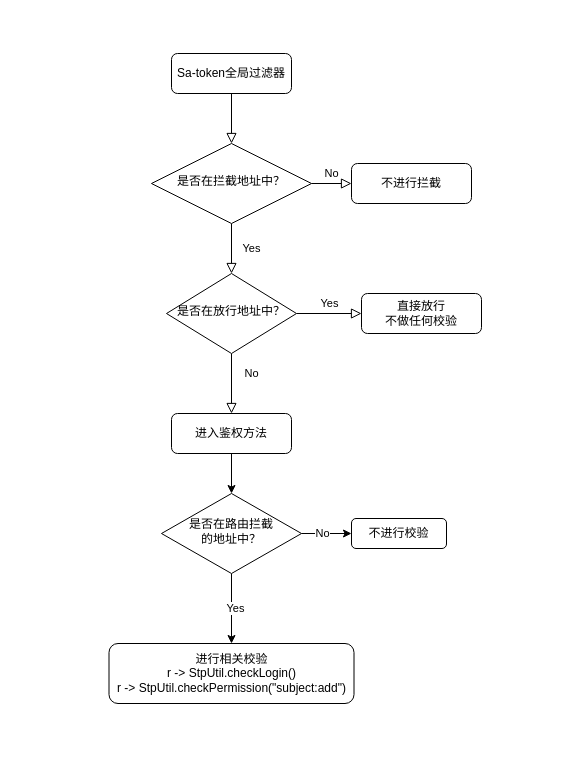
The draw.io diagram 项目流程图.drawio in 02maple/drawio, before the edit. Source tidied: cells renumbered, new cells numbered last; positions are measured from the earlier drawing's top-left corner, leaving out a move shared by most shapes. Both pictures are drawn from the tidied source at 100%, with x=0, y=0 at pixel (109, 53).
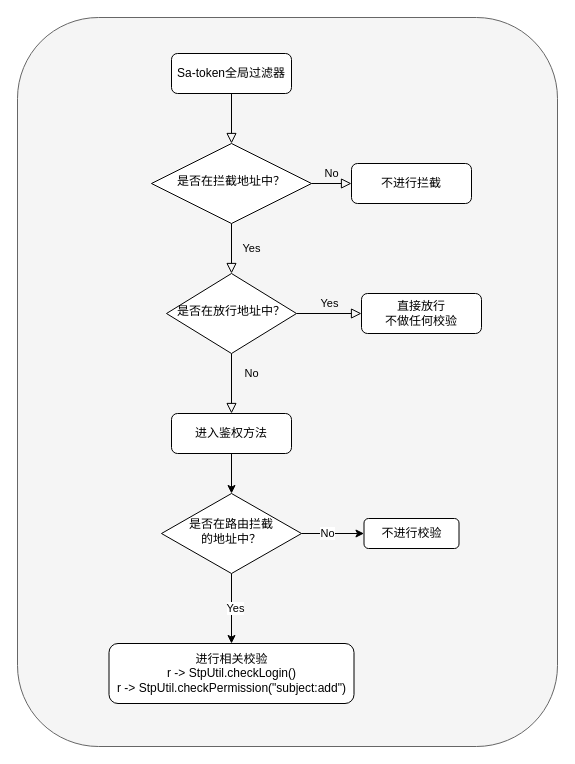
The same diagram, later.

Commit message (it also covers changes not shown here):
更新项目流程图.drawio

What changed in the source:
```diff
@@
+    <mxCell id="21" style="rounded=1;whiteSpace=wrap;html=1;fillColor=#f5f5f5;fontColor=#333333;strokeColor=#666666;" parent="1" vertex="1">
+      <mxGeometry x="-92" y="-36" width="540" height="729" as="geometry" />
+    </mxCell>
@@
     <mxCell id="20" value="不进行校验" style="rounded=1;whiteSpace=wrap;html=1;" parent="1" vertex="1">
-      <mxGeometry x="242" y="465" width="95" height="30" as="geometry" />
+      <mxGeometry x="254.5" y="465" width="95" height="30" as="geometry" />
     </mxCell>
```
